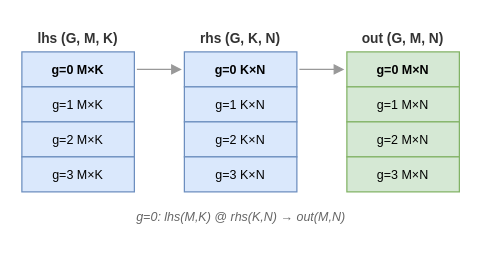
The draw.io diagram images/basics-puzzle10.drawio in vorushin/pallas_puzzles, before the edit. Source tidied: cells renumbered, new cells numbered last; positions are measured from the earlier drawing's top-left corner, leaving out a move shared by most shapes. Both pictures are drawn from the tidied source at 125%, with x=0, y=0 at pixel (21, 21).
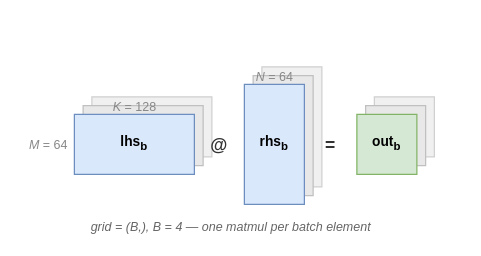
Above is the later version.

Commit message (it also covers changes not shown here):
basics diagrams: redesign Puzzle 8 and 10 with proportional block sizes

Change to the diagram source:
```diff
@@
-    <mxCell id="2" value="lhs (G, M, K)" style="text;fontSize=11;fontStyle=1;fontColor=#333333;align=center;" parent="1" vertex="1">
-      <mxGeometry width="90" height="20" as="geometry" />
+    <mxCell id="2" style="rounded=0;fillColor=#f0f0f0;strokeColor=#d0d0d0;" parent="1" vertex="1">
+      <mxGeometry x="56" y="60" width="96" height="48" as="geometry" />
     </mxCell>
-    <mxCell id="3" value="rhs (G, K, N)" style="text;fontSize=11;fontStyle=1;fontColor=#333333;align=center;" parent="1" vertex="1">
-      <mxGeometry x="130" width="90" height="20" as="geometry" />
+    <mxCell id="3" style="rounded=0;fillColor=#f0f0f0;strokeColor=#d0d0d0;" parent="1" vertex="1">
+      <mxGeometry x="192" y="36" width="48" height="96" as="geometry" />
     </mxCell>
-    <mxCell id="4" value="out (G, M, N)" style="text;fontSize=11;fontStyle=1;fontColor=#333333;align=center;" parent="1" vertex="1">
-      <mxGeometry x="260" width="90" height="20" as="geometry" />
+    <mxCell id="4" style="rounded=0;fillColor=#f0f0f0;strokeColor=#d0d0d0;" parent="1" vertex="1">
+      <mxGeometry x="282" y="60" width="48" height="48" as="geometry" />
     </mxCell>
+    <mxCell id="20" style="rounded=0;fillColor=#e8e8e8;strokeColor=#c0c0c0;" parent="1" vertex="1">
+      <mxGeometry x="49" y="67" width="96" height="48" as="geometry" />
+    </mxCell>
+    <mxCell id="21" style="rounded=0;fillColor=#e8e8e8;strokeColor=#c0c0c0;" parent="1" vertex="1">
+      <mxGeometry x="185" y="43" width="48" height="96" as="geometry" />
+    </mxCell>
+    <mxCell id="22" style="rounded=0;fillColor=#e8e8e8;strokeColor=#c0c0c0;" parent="1" vertex="1">
+      <mxGeometry x="275" y="67" width="48" height="48" as="geometry" />
+    </mxCell>
-    <mxCell id="5" value="g=0  M&amp;times;K" style="rounded=0;whiteSpace=wrap;fillColor=#dae8fc;strokeColor=#6c8ebf;fontSize=10;fontStyle=1;html=1;" parent="1" vertex="1">
-      <mxGeometry y="24" width="90" height="28" as="geometry" />
+    <mxCell id="5" value="lhs&lt;sub&gt;b&lt;/sub&gt;" style="rounded=0;whiteSpace=wrap;fillColor=#dae8fc;strokeColor=#6c8ebf;fontSize=11;fontStyle=1;html=1;" parent="1" vertex="1">
+      <mxGeometry x="42" y="74" width="96" height="48" as="geometry" />
     </mxCell>
-    <mxCell id="6" value="g=1  M&amp;times;K" style="rounded=0;whiteSpace=wrap;fillColor=#dae8fc;strokeColor=#6c8ebf;fontSize=10;html=1;" parent="1" vertex="1">
-      <mxGeometry y="52" width="90" height="28" as="geometry" />
+    <mxCell id="6" value="rhs&lt;sub&gt;b&lt;/sub&gt;" style="rounded=0;whiteSpace=wrap;fillColor=#dae8fc;strokeColor=#6c8ebf;fontSize=11;fontStyle=1;html=1;" parent="1" vertex="1">
+      <mxGeometry x="178" y="50" width="48" height="96" as="geometry" />
     </mxCell>
-    <mxCell id="7" value="g=2  M&amp;times;K" style="rounded=0;whiteSpace=wrap;fillColor=#dae8fc;strokeColor=#6c8ebf;fontSize=10;html=1;" parent="1" vertex="1">
-      <mxGeometry y="80" width="90" height="28" as="geometry" />
+    <mxCell id="7" value="out&lt;sub&gt;b&lt;/sub&gt;" style="rounded=0;whiteSpace=wrap;fillColor=#d5e8d4;strokeColor=#82b366;fontSize=11;fontStyle=1;html=1;" parent="1" vertex="1">
+      <mxGeometry x="268" y="74" width="48" height="48" as="geometry" />
     </mxCell>
-    <mxCell id="8" value="g=3  M&amp;times;K" style="rounded=0;whiteSpace=wrap;fillColor=#dae8fc;strokeColor=#6c8ebf;fontSize=10;html=1;" parent="1" vertex="1">
-      <mxGeometry y="108" width="90" height="28" as="geometry" />
-    </mxCell>
-    <mxCell id="9" value="g=0  K&amp;times;N" style="rounded=0;whiteSpace=wrap;fillColor=#dae8fc;strokeColor=#6c8ebf;fontSize=10;fontStyle=1;html=1;" parent="1" vertex="1">
-      <mxGeometry x="130" y="24" width="90" height="28" as="geometry" />
+    <mxCell id="9" value="@" style="text;fontSize=14;fontColor=#333333;align=center;verticalAlign=middle;fontStyle=1;" parent="1" vertex="1">
+      <mxGeometry x="146" y="86" width="24" height="24" as="geometry" />
     </mxCell>
-    <mxCell id="10" value="g=1  K&amp;times;N" style="rounded=0;whiteSpace=wrap;fillColor=#dae8fc;strokeColor=#6c8ebf;fontSize=10;html=1;" parent="1" vertex="1">
-      <mxGeometry x="130" y="52" width="90" height="28" as="geometry" />
+    <mxCell id="10" value="=" style="text;fontSize=14;fontColor=#333333;align=center;verticalAlign=middle;fontStyle=1;" parent="1" vertex="1">
+      <mxGeometry x="235" y="86" width="24" height="24" as="geometry" />
     </mxCell>
-    <mxCell id="11" value="g=2  K&amp;times;N" style="rounded=0;whiteSpace=wrap;fillColor=#dae8fc;strokeColor=#6c8ebf;fontSize=10;html=1;" parent="1" vertex="1">
-      <mxGeometry x="130" y="80" width="90" height="28" as="geometry" />
-    </mxCell>
-    <mxCell id="12" value="g=3  K&amp;times;N" style="rounded=0;whiteSpace=wrap;fillColor=#dae8fc;strokeColor=#6c8ebf;fontSize=10;html=1;" parent="1" vertex="1">
-      <mxGeometry x="130" y="108" width="90" height="28" as="geometry" />
-    </mxCell>
-    <mxCell id="13" value="g=0  M&amp;times;N" style="rounded=0;whiteSpace=wrap;fillColor=#d5e8d4;strokeColor=#82b366;fontSize=10;fontStyle=1;html=1;" parent="1" vertex="1">
-      <mxGeometry x="260" y="24" width="90" height="28" as="geometry" />
+    <mxCell id="13" value="&lt;i&gt;K&lt;/i&gt; = 128" style="text;fontSize=10;fontColor=#888888;align=center;html=1;" parent="1" vertex="1">
+      <mxGeometry x="42" y="56" width="96" height="16" as="geometry" />
     </mxCell>
-    <mxCell id="14" value="g=1  M&amp;times;N" style="rounded=0;whiteSpace=wrap;fillColor=#d5e8d4;strokeColor=#82b366;fontSize=10;html=1;" parent="1" vertex="1">
-      <mxGeometry x="260" y="52" width="90" height="28" as="geometry" />
+    <mxCell id="14" value="&lt;i&gt;M&lt;/i&gt; = 64" style="text;fontSize=10;fontColor=#888888;align=right;verticalAlign=middle;html=1;" parent="1" vertex="1">
+      <mxGeometry y="74" width="38" height="48" as="geometry" />
     </mxCell>
-    <mxCell id="15" value="g=2  M&amp;times;N" style="rounded=0;whiteSpace=wrap;fillColor=#d5e8d4;strokeColor=#82b366;fontSize=10;html=1;" parent="1" vertex="1">
-      <mxGeometry x="260" y="80" width="90" height="28" as="geometry" />
+    <mxCell id="15" value="&lt;i&gt;N&lt;/i&gt; = 64" style="text;fontSize=10;fontColor=#888888;align=center;html=1;" parent="1" vertex="1">
+      <mxGeometry x="178" y="32" width="48" height="16" as="geometry" />
     </mxCell>
-    <mxCell id="16" value="g=3  M&amp;times;N" style="rounded=0;whiteSpace=wrap;fillColor=#d5e8d4;strokeColor=#82b366;fontSize=10;html=1;" parent="1" vertex="1">
-      <mxGeometry x="260" y="108" width="90" height="28" as="geometry" />
-    </mxCell>
-    <mxCell id="17" style="endArrow=block;endFill=1;strokeColor=#999999;" parent="1" edge="1">
-      <mxGeometry relative="1" as="geometry">
-        <mxPoint x="92" y="38" as="sourcePoint" />
-        <mxPoint x="128" y="38" as="targetPoint" />
-      </mxGeometry>
+    <mxCell id="17" value="grid = (B,), B = 4 &amp;mdash; one matmul per batch element" style="text;fontSize=10;fontColor=#666666;fontStyle=2;align=center;html=1;" parent="1" vertex="1">
+      <mxGeometry y="152" width="334" height="18" as="geometry" />
     </mxCell>
-    <mxCell id="18" style="endArrow=block;endFill=1;strokeColor=#999999;" parent="1" edge="1">
-      <mxGeometry relative="1" as="geometry">
-        <mxPoint x="222" y="38" as="sourcePoint" />
-        <mxPoint x="258" y="38" as="targetPoint" />
-      </mxGeometry>
-    </mxCell>
-    <mxCell id="19" value="g=0: lhs(M,K) @ rhs(K,N) &amp;rarr; out(M,N)" style="text;fontSize=10;fontColor=#666666;fontStyle=2;align=center;html=1;" parent="1" vertex="1">
-      <mxGeometry x="20" y="144" width="310" height="18" as="geometry" />
-    </mxCell>
```
